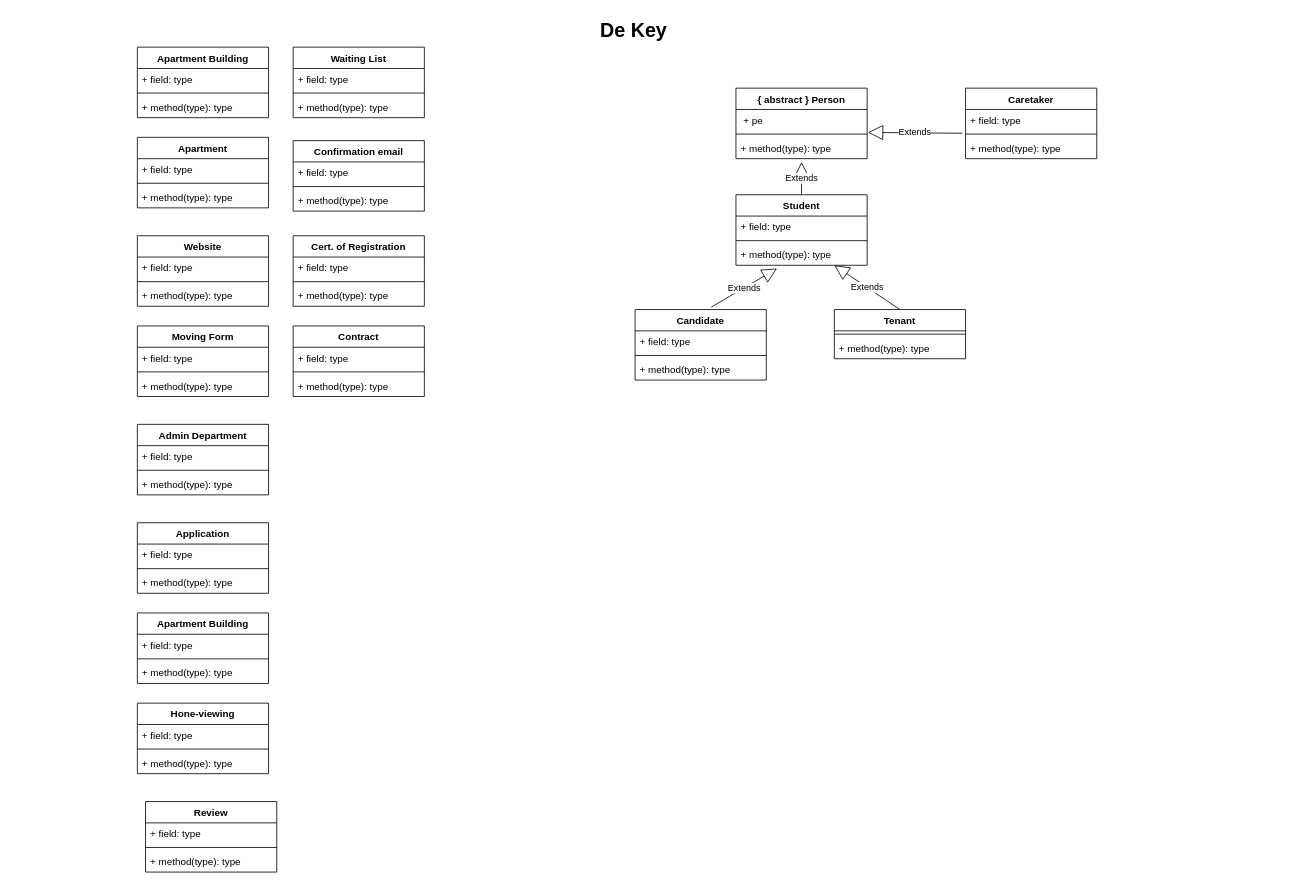
Barager/IS-design keeps this draw.io diagram as Model_De_Key.drawio. Above is the earlier version. Source tidied: cells renumbered, new cells numbered last; positions are measured from the earlier drawing's top-left corner, leaving out a move shared by most shapes. Both pictures are drawn from the tidied source at 82%, with x=0, y=0 at pixel (14, 14).
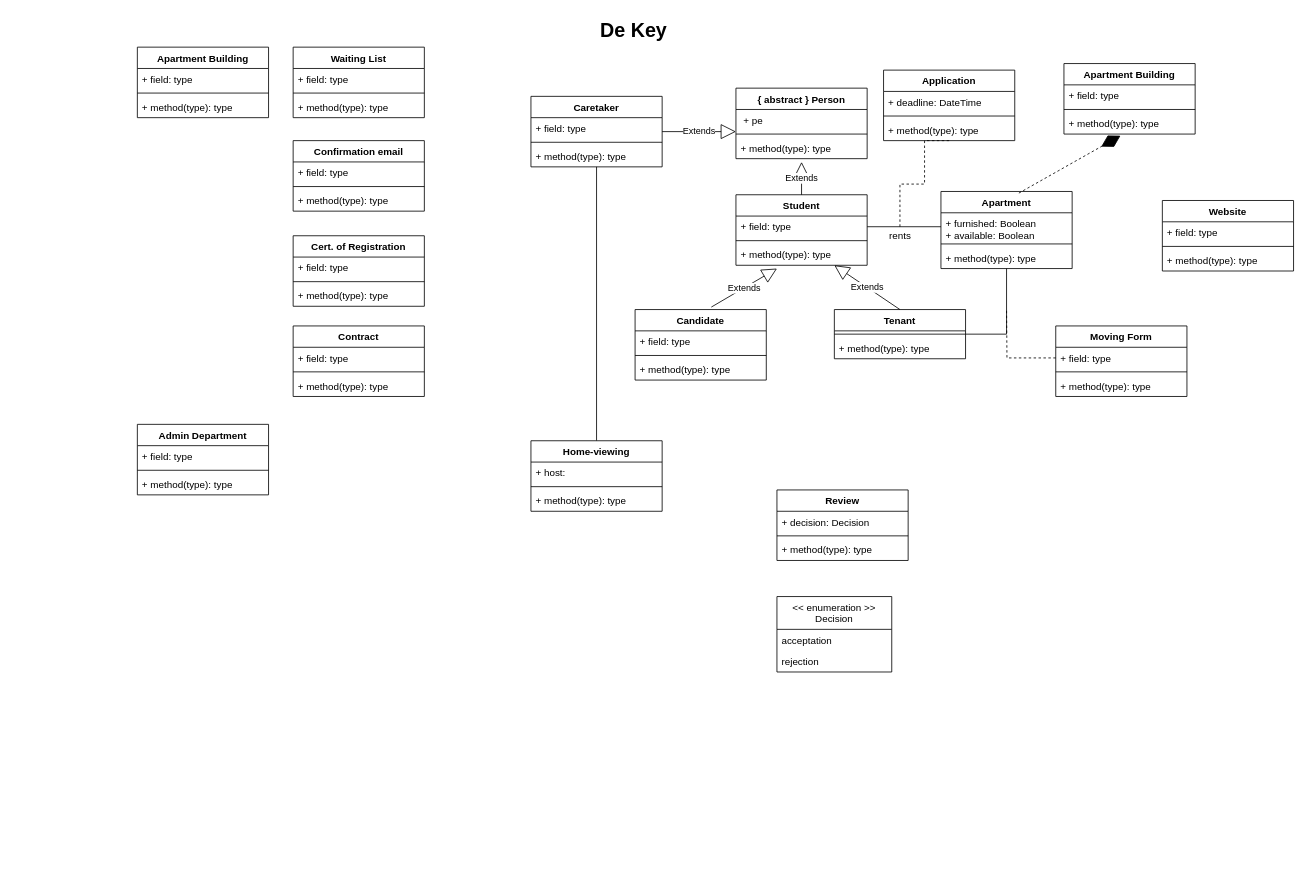
Above is the later version.

The change refers to these unchanged cells:
```xml
<mxCell id="8" value=" + pe" style="text;strokeColor=none;fillColor=none;align=left;verticalAlign=top;spacingLeft=4;spacingRight=4;overflow=hidden;points=[[0,0.5],[1,0.5]];portConstraint=eastwest;" parent="7" vertex="1">
  <mxGeometry y="26" width="160" height="26" as="geometry" />
</mxCell>
<mxCell id="16" value="+ field: type" style="text;strokeColor=none;fillColor=none;align=left;verticalAlign=top;spacingLeft=4;spacingRight=4;overflow=hidden;points=[[0,0.5],[1,0.5]];portConstraint=eastwest;" parent="15" vertex="1">
  <mxGeometry y="26" width="160" height="26" as="geometry" />
</mxCell>
<mxCell id="28" value="+ field: type" style="text;strokeColor=none;fillColor=none;align=left;verticalAlign=top;spacingLeft=4;spacingRight=4;overflow=hidden;points=[[0,0.5],[1,0.5]];portConstraint=eastwest;" parent="27" vertex="1">
  <mxGeometry y="26" width="160" height="26" as="geometry" />
</mxCell>
<mxCell id="31" value="Tenant" style="swimlane;fontStyle=1;align=center;verticalAlign=top;horizontal=1;startSize=26;" parent="1" vertex="1">
  <mxGeometry x="1000" y="360" width="160" height="60" as="geometry" />
</mxCell>
<mxCell id="39" value="+ field: type" style="text;strokeColor=none;fillColor=none;align=left;verticalAlign=top;spacingLeft=4;spacingRight=4;overflow=hidden;points=[[0,0.5],[1,0.5]];portConstraint=eastwest;" parent="38" vertex="1">
  <mxGeometry y="26" width="160" height="26" as="geometry" />
</mxCell>
<mxCell id="50" value="+ method(type): type" style="text;strokeColor=none;fillColor=none;align=left;verticalAlign=top;spacingLeft=4;spacingRight=4;overflow=hidden;points=[[0,0.5],[1,0.5]];portConstraint=eastwest;" parent="47" vertex="1">
  <mxGeometry y="60" width="160" height="26" as="geometry" />
</mxCell>
```

The edit, as a diff of the source:
```diff
@@
     <mxCell id="11" value="Apartment" style="swimlane;fontStyle=1;align=center;verticalAlign=top;horizontal=1;startSize=26;" parent="1" vertex="1">
-      <mxGeometry x="150" y="150" width="160" height="86" as="geometry" />
+      <mxGeometry x="1130" y="216" width="160" height="94" as="geometry" />
     </mxCell>
-    <mxCell id="12" value="+ field: type" style="text;strokeColor=none;fillColor=none;align=left;verticalAlign=top;spacingLeft=4;spacingRight=4;overflow=hidden;points=[[0,0.5],[1,0.5]];portConstraint=eastwest;" parent="11" vertex="1">
-      <mxGeometry y="26" width="160" height="26" as="geometry" />
+    <mxCell id="12" value="+ furnished: Boolean&#10;+ available: Boolean&#10;" style="text;strokeColor=none;fillColor=none;align=left;verticalAlign=top;spacingLeft=4;spacingRight=4;overflow=hidden;points=[[0,0.5],[1,0.5]];portConstraint=eastwest;" parent="11" vertex="1">
+      <mxGeometry y="26" width="160" height="34" as="geometry" />
     </mxCell>
     <mxCell id="13" style="line;strokeWidth=1;fillColor=none;align=left;verticalAlign=middle;spacingTop=-1;spacingLeft=3;spacingRight=3;labelPosition=right;" parent="11" vertex="1">
-      <mxGeometry y="52" width="160" height="8" as="geometry" />
+      <mxGeometry y="60" width="160" height="8" as="geometry" />
     </mxCell>
     <mxCell id="14" value="+ method(type): type" style="text;strokeColor=none;fillColor=none;align=left;verticalAlign=top;spacingLeft=4;spacingRight=4;overflow=hidden;" parent="11" vertex="1">
-      <mxGeometry y="60" width="160" height="26" as="geometry" />
+      <mxGeometry y="68" width="160" height="26" as="geometry" />
     </mxCell>
@@
     <mxCell id="19" value="Website" style="swimlane;fontStyle=1;align=center;verticalAlign=top;horizontal=1;startSize=26;" parent="1" vertex="1">
-      <mxGeometry x="150" y="270" width="160" height="86" as="geometry" />
+      <mxGeometry x="1400" y="227" width="160" height="86" as="geometry" />
     </mxCell>
@@
     <mxCell id="27" value="Moving Form" style="swimlane;fontStyle=1;align=center;verticalAlign=top;horizontal=1;startSize=26;" parent="1" vertex="1">
-      <mxGeometry x="150" y="380" width="160" height="86" as="geometry" />
+      <mxGeometry x="1270" y="380" width="160" height="86" as="geometry" />
     </mxCell>
@@
+    <mxCell id="78" style="edgeStyle=orthogonalEdgeStyle;rounded=0;jettySize=auto;html=1;exitX=1;exitY=0.5;exitDx=0;exitDy=0;entryX=0.5;entryY=1;entryDx=0;entryDy=0;endArrow=none;endFill=0;" parent="1" edge="1" source="31" target="11">
+      <mxGeometry relative="1" as="geometry" />
+    </mxCell>
@@
     <mxCell id="38" value="Caretaker" style="swimlane;fontStyle=1;align=center;verticalAlign=top;horizontal=1;startSize=26;" parent="1" vertex="1">
-      <mxGeometry x="1160" y="90" width="160" height="86" as="geometry" />
+      <mxGeometry x="630" y="100" width="160" height="86" as="geometry" />
     </mxCell>
@@
+    <mxCell id="79" style="edgeStyle=orthogonalEdgeStyle;rounded=0;jettySize=auto;html=1;exitX=0.5;exitY=1;exitDx=0;exitDy=0;endArrow=none;endFill=0;dashed=1;" parent="1" edge="1" source="42">
+      <mxGeometry relative="1" as="geometry">
+        <mxPoint x="1080" y="260" as="targetPoint" />
+        <Array as="points">
+          <mxPoint x="1110" y="154" />
+          <mxPoint x="1110" y="207" />
+          <mxPoint x="1080" y="207" />
+        </Array>
+      </mxGeometry>
+    </mxCell>
     <mxCell id="42" value="Application" style="swimlane;fontStyle=1;align=center;verticalAlign=top;horizontal=1;startSize=26;" parent="1" vertex="1">
-      <mxGeometry x="150" y="620" width="160" height="86" as="geometry" />
+      <mxGeometry x="1060" y="68" width="160" height="86" as="geometry" />
     </mxCell>
-    <mxCell id="43" value="+ field: type" style="text;strokeColor=none;fillColor=none;align=left;verticalAlign=top;spacingLeft=4;spacingRight=4;overflow=hidden;" parent="42" vertex="1">
+    <mxCell id="43" value="+ deadline: DateTime" style="text;strokeColor=none;fillColor=none;align=left;verticalAlign=top;spacingLeft=4;spacingRight=4;overflow=hidden;" parent="42" vertex="1">
       <mxGeometry y="26" width="160" height="26" as="geometry" />
     </mxCell>
@@
-    <mxCell id="46" value="Extends" style="endArrow=block;endSize=16;endFill=0;html=1;rounded=0;entryX=1.006;entryY=1.077;entryDx=0;entryDy=0;entryPerimeter=0;exitX=-0.025;exitY=1.115;exitDx=0;exitDy=0;exitPerimeter=0;" parent="1" edge="1" source="39" target="8">
-      <mxGeometry relative="1" as="geometry" />
+    <mxCell id="46" value="Extends" style="endArrow=block;endSize=16;endFill=0;html=1;rounded=0;exitX=1;exitY=0.5;exitDx=0;exitDy=0;" parent="1" edge="1" source="38">
+      <mxGeometry relative="1" as="geometry">
+        <mxPoint x="880" y="143" as="targetPoint" />
+      </mxGeometry>
     </mxCell>
     <mxCell id="47" value="Apartment Building" style="swimlane;fontStyle=1;align=center;verticalAlign=top;horizontal=1;startSize=26;" parent="1" vertex="1">
-      <mxGeometry x="150" y="730" width="160" height="86" as="geometry" />
+      <mxGeometry x="1280" y="60" width="160" height="86" as="geometry" />
     </mxCell>
@@
+    <mxCell id="80" style="edgeStyle=orthogonalEdgeStyle;rounded=0;jettySize=auto;html=1;exitX=0.5;exitY=0;exitDx=0;exitDy=0;entryX=0.5;entryY=1;entryDx=0;entryDy=0;endArrow=none;endFill=0;" parent="1" edge="1" source="52" target="38">
+      <mxGeometry relative="1" as="geometry" />
+    </mxCell>
-    <mxCell id="52" value="Hone-viewing" style="swimlane;fontStyle=1;align=center;verticalAlign=top;horizontal=1;startSize=26;" parent="1" vertex="1">
-      <mxGeometry x="150" y="840" width="160" height="86" as="geometry" />
+    <mxCell id="52" value="Home-viewing" style="swimlane;fontStyle=1;align=center;verticalAlign=top;horizontal=1;startSize=26;" parent="1" vertex="1">
+      <mxGeometry x="630" y="520" width="160" height="86" as="geometry" />
     </mxCell>
-    <mxCell id="53" value="+ field: type" style="text;strokeColor=none;fillColor=none;align=left;verticalAlign=top;spacingLeft=4;spacingRight=4;overflow=hidden;" parent="52" vertex="1">
+    <mxCell id="53" value="+ host: " style="text;strokeColor=none;fillColor=none;align=left;verticalAlign=top;spacingLeft=4;spacingRight=4;overflow=hidden;" parent="52" vertex="1">
       <mxGeometry y="26" width="160" height="26" as="geometry" />
     </mxCell>
@@
     <mxCell id="57" value="Review" style="swimlane;fontStyle=1;align=center;verticalAlign=top;horizontal=1;startSize=26;" parent="1" vertex="1">
-      <mxGeometry x="160" y="960" width="160" height="86" as="geometry" />
+      <mxGeometry x="930" y="580" width="160" height="86" as="geometry" />
     </mxCell>
-    <mxCell id="58" value="+ field: type" style="text;strokeColor=none;fillColor=none;align=left;verticalAlign=top;spacingLeft=4;spacingRight=4;overflow=hidden;" parent="57" vertex="1">
+    <mxCell id="58" value="+ decision: Decision" style="text;strokeColor=none;fillColor=none;align=left;verticalAlign=top;spacingLeft=4;spacingRight=4;overflow=hidden;" parent="57" vertex="1">
       <mxGeometry y="26" width="160" height="26" as="geometry" />
     </mxCell>
@@
+    <mxCell id="81" value="&lt;&lt; enumeration &gt;&gt;&#10;Decision" style="swimlane;fontStyle=0;horizontal=1;startSize=40;fillColor=none;" parent="1" vertex="1">
+      <mxGeometry x="930" y="710" width="140" height="92" as="geometry" />
+    </mxCell>
+    <mxCell id="82" value="acceptation" style="text;strokeColor=none;fillColor=none;align=left;verticalAlign=top;spacingLeft=4;spacingRight=4;overflow=hidden;" parent="81" vertex="1">
+      <mxGeometry y="40" width="140" height="26" as="geometry" />
+    </mxCell>
+    <mxCell id="83" value="rejection" style="text;strokeColor=none;fillColor=none;align=left;verticalAlign=top;spacingLeft=4;spacingRight=4;overflow=hidden;" parent="81" vertex="1">
+      <mxGeometry y="66" width="140" height="26" as="geometry" />
+    </mxCell>
+    <mxCell id="84" style="edgeStyle=orthogonalEdgeStyle;rounded=0;jettySize=auto;html=1;exitX=1;exitY=0.5;exitDx=0;exitDy=0;entryX=0;entryY=0.5;entryDx=0;entryDy=0;endArrow=none;endFill=0;" parent="1" edge="1" source="16" target="12">
+      <mxGeometry relative="1" as="geometry" />
+    </mxCell>
+    <mxCell id="85" value="rents" style="text;html=1;align=center;verticalAlign=middle;strokeColor=none;fillColor=none;" parent="1" vertex="1">
+      <mxGeometry x="1060" y="260" width="40" height="20" as="geometry" />
+    </mxCell>
+    <mxCell id="86" style="endArrow=diamondThin;endFill=1;endSize=24;html=1;rounded=0;dashed=1;exitX=0.594;exitY=0.021;exitDx=0;exitDy=0;exitPerimeter=0;entryX=0.431;entryY=1.077;entryDx=0;entryDy=0;entryPerimeter=0;" parent="1" edge="1" source="11" target="50">
+      <mxGeometry relative="1" as="geometry" />
+    </mxCell>
+    <mxCell id="87" style="edgeStyle=orthogonalEdgeStyle;rounded=0;jettySize=auto;html=1;exitX=0;exitY=0.5;exitDx=0;exitDy=0;endArrow=none;endFill=0;dashed=1;" parent="1" edge="1" source="28">
+      <mxGeometry relative="1" as="geometry">
+        <mxPoint x="1210" y="360" as="targetPoint" />
+      </mxGeometry>
+    </mxCell>
```
